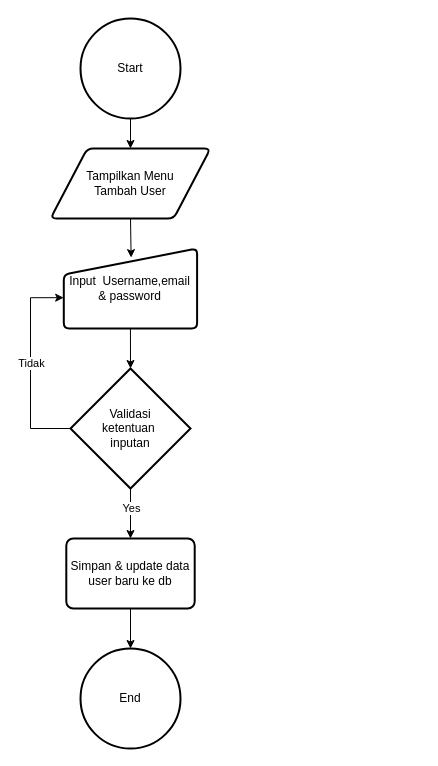
Earlier version of the draw.io diagram page "add user" (2 of 7) of Flowchart Login Auth.drawio (Erickdae06/SKRIPSI). Source tidied: cells renumbered, new cells numbered last; positions are measured from the earlier drawing's top-left corner, leaving out a move shared by most shapes. Both pictures are drawn from the tidied source at 100%, with x=0, y=0 at pixel (30, 18).
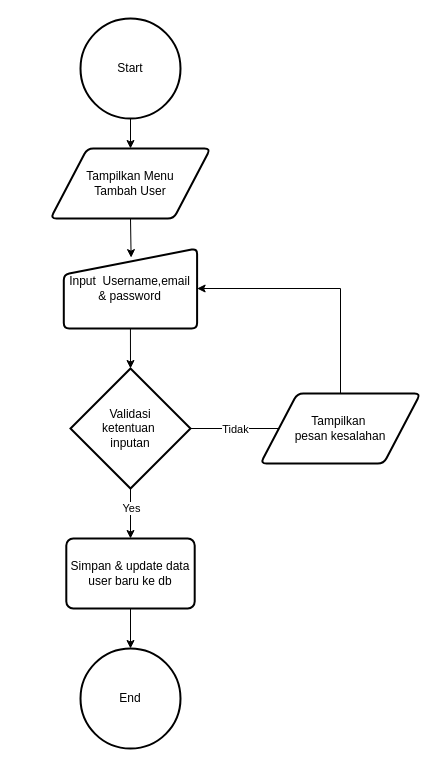
Above is the later version.

What changed in the source:
```diff
@@
 <mxGraphModel>
   <root>
     <mxCell id="0" />
     <mxCell id="1" parent="0" />
     <mxCell id="2" style="edgeStyle=orthogonalEdgeStyle;rounded=0;jettySize=auto;html=1;exitX=0.5;exitY=1;exitDx=0;exitDy=0;exitPerimeter=0;entryX=0.5;entryY=0;entryDx=0;entryDy=0;" parent="1" edge="1" source="3" target="9">
       <mxGeometry relative="1" as="geometry" />
     </mxCell>
     <mxCell id="3" value="Start" style="strokeWidth=2;html=1;shape=mxgraph.flowchart.start_2;whiteSpace=wrap;" parent="1" vertex="1">
       <mxGeometry x="50" width="100" height="100" as="geometry" />
     </mxCell>
     <mxCell id="4" style="edgeStyle=orthogonalEdgeStyle;rounded=0;jettySize=auto;html=1;exitX=0.5;exitY=1;exitDx=0;exitDy=0;exitPerimeter=0;entryX=0.5;entryY=0;entryDx=0;entryDy=0;" parent="1" edge="1" source="6" target="7">
       <mxGeometry relative="1" as="geometry" />
     </mxCell>
     <mxCell id="5" value="Yes" style="edgeLabel;html=1;align=center;verticalAlign=middle;" parent="4" vertex="1">
       <mxGeometry x="-0.24" relative="1" as="geometry" />
     </mxCell>
     <mxCell id="6" value="Validasi &lt;br&gt;ketentuan&amp;nbsp;&lt;br&gt;inputan" style="strokeWidth=2;html=1;shape=mxgraph.flowchart.decision;whiteSpace=wrap;" parent="1" vertex="1">
       <mxGeometry x="40" y="350" width="120" height="120" as="geometry" />
     </mxCell>
     <mxCell id="7" value="Simpan &amp;amp; update data user baru ke db" style="rounded=1;whiteSpace=wrap;html=1;absoluteArcSize=1;arcSize=14;strokeWidth=2;" parent="1" vertex="1">
       <mxGeometry x="35.8" y="520" width="128.4" height="70" as="geometry" />
     </mxCell>
     <mxCell id="8" value="Input&amp;nbsp; Username,email &amp;amp; password" style="html=1;strokeWidth=2;shape=manualInput;whiteSpace=wrap;rounded=1;size=26;arcSize=11;" parent="1" vertex="1">
       <mxGeometry x="33.3" y="230" width="133.3" height="80" as="geometry" />
     </mxCell>
     <mxCell id="9" value="Tampilkan Menu &lt;br&gt;Tambah User" style="shape=parallelogram;html=1;strokeWidth=2;perimeter=parallelogramPerimeter;whiteSpace=wrap;rounded=1;arcSize=12;size=0.23;" parent="1" vertex="1">
       <mxGeometry x="20" y="130" width="160" height="70" as="geometry" />
     </mxCell>
     <mxCell id="10" style="edgeStyle=orthogonalEdgeStyle;rounded=0;jettySize=auto;html=1;exitX=0.5;exitY=1;exitDx=0;exitDy=0;entryX=0.505;entryY=0.114;entryDx=0;entryDy=0;entryPerimeter=0;" parent="1" edge="1" source="9" target="8">
       <mxGeometry relative="1" as="geometry" />
     </mxCell>
     <mxCell id="11" style="edgeStyle=orthogonalEdgeStyle;rounded=0;jettySize=auto;html=1;exitX=0.5;exitY=1;exitDx=0;exitDy=0;entryX=0.5;entryY=0;entryDx=0;entryDy=0;entryPerimeter=0;" parent="1" edge="1" source="8" target="6">
       <mxGeometry relative="1" as="geometry" />
     </mxCell>
-    <mxCell id="12" style="edgeStyle=orthogonalEdgeStyle;rounded=0;jettySize=auto;html=1;exitX=0;exitY=0.5;exitDx=0;exitDy=0;exitPerimeter=0;entryX=-0.001;entryY=0.615;entryDx=0;entryDy=0;entryPerimeter=0;" parent="1" edge="1" source="6" target="8">
-      <mxGeometry relative="1" as="geometry">
-        <Array as="points">
-          <mxPoint y="410" />
-          <mxPoint y="279" />
-        </Array>
-      </mxGeometry>
-    </mxCell>
-    <mxCell id="13" value="Tidak" style="edgeLabel;html=1;align=center;verticalAlign=middle;" parent="12" vertex="1">
-      <mxGeometry x="0.04" relative="1" as="geometry" />
-    </mxCell>
     <mxCell id="14" value="End" style="strokeWidth=2;html=1;shape=mxgraph.flowchart.start_2;whiteSpace=wrap;" parent="1" vertex="1">
       <mxGeometry x="50" y="630" width="100" height="100" as="geometry" />
     </mxCell>
     <mxCell id="15" style="edgeStyle=orthogonalEdgeStyle;rounded=0;jettySize=auto;html=1;exitX=0.5;exitY=1;exitDx=0;exitDy=0;entryX=0.5;entryY=0;entryDx=0;entryDy=0;entryPerimeter=0;" parent="1" edge="1" source="7" target="14">
       <mxGeometry relative="1" as="geometry" />
     </mxCell>
+    <mxCell id="16" style="edgeStyle=orthogonalEdgeStyle;rounded=0;jettySize=auto;html=1;exitX=0.5;exitY=0;exitDx=0;exitDy=0;entryX=1;entryY=0.5;entryDx=0;entryDy=0;" parent="1" edge="1" source="17" target="8">
+      <mxGeometry relative="1" as="geometry" />
+    </mxCell>
+    <mxCell id="17" value="Tampilkan&amp;nbsp;&lt;br&gt;pesan kesalahan" style="shape=parallelogram;html=1;strokeWidth=2;perimeter=parallelogramPerimeter;whiteSpace=wrap;rounded=1;arcSize=12;size=0.23;" parent="1" vertex="1">
+      <mxGeometry x="230" y="375" width="160" height="70" as="geometry" />
+    </mxCell>
+    <mxCell id="18" style="endArrow=none;html=1;rounded=0;exitX=1;exitY=0.5;exitDx=0;exitDy=0;exitPerimeter=0;entryX=0;entryY=0.5;entryDx=0;entryDy=0;" parent="1" edge="1" source="6" target="17">
+      <mxGeometry relative="1" as="geometry" />
+    </mxCell>
+    <mxCell id="13" value="Tidak" style="edgeLabel;html=1;align=center;verticalAlign=middle;" parent="18" vertex="1">
+      <mxGeometry x="-0.01" relative="1" as="geometry" />
+    </mxCell>
   </root>
 </mxGraphModel>
```
